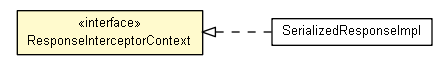
The Graphviz diagram latest/javadoc/apidocs/io/reinert/requestor/ResponseInterceptorContext.png in reinert/requestor, before a commit. Its source is kept beside it as latest/javadoc/apidocs/io/reinert/requestor/ResponseInterceptorContext.dot. The source it was exported from:
```dot

digraph G {
	edge [fontname="arial",fontsize=10,labelfontname="arial",labelfontsize=10];
	node [fontname="arial",fontsize=10,shape=plaintext];
	nodesep=0.25;
	ranksep=0.5;
	rankdir=LR;
	c10724 [label=<<table title="io.reinert.requestor.SerializedResponseImpl" border="0" cellborder="1" cellspacing="0" cellpadding="2" port="p" href="./SerializedResponseImpl.html">
		<tr><td><table border="0" cellspacing="0" cellpadding="1">
<tr><td align="center" balign="center"> SerializedResponseImpl </td></tr>
		</table></td></tr>
		</table>>, URL="./SerializedResponseImpl.html", fontname="arial", fontcolor="black", fontsize=10.0];
	c10730 [label=<<table title="io.reinert.requestor.ResponseInterceptorContext" border="0" cellborder="1" cellspacing="0" cellpadding="2" port="p" bgcolor="lemonChiffon" href="./ResponseInterceptorContext.html">
		<tr><td><table border="0" cellspacing="0" cellpadding="1">
<tr><td align="center" balign="center"> &#171;interface&#187; </td></tr>
<tr><td align="center" balign="center"> ResponseInterceptorContext </td></tr>
		</table></td></tr>
		</table>>, URL="./ResponseInterceptorContext.html", fontname="arial", fontcolor="black", fontsize=10.0];
	c10730:p -> c10724:p [dir=back,arrowtail=empty,style=dashed];
}
```
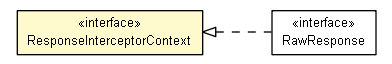
After the commit.

What changed in the source:
```diff
@@ -5,16 +5,17 @@
 	nodesep=0.25;
 	ranksep=0.5;
 	rankdir=LR;
-	c10724 [label=<<table title="io.reinert.requestor.SerializedResponseImpl" border="0" cellborder="1" cellspacing="0" cellpadding="2" port="p" href="./SerializedResponseImpl.html">
-		<tr><td><table border="0" cellspacing="0" cellpadding="1">
-<tr><td align="center" balign="center"> SerializedResponseImpl </td></tr>
-		</table></td></tr>
-		</table>>, URL="./SerializedResponseImpl.html", fontname="arial", fontcolor="black", fontsize=10.0];
-	c10730 [label=<<table title="io.reinert.requestor.ResponseInterceptorContext" border="0" cellborder="1" cellspacing="0" cellpadding="2" port="p" bgcolor="lemonChiffon" href="./ResponseInterceptorContext.html">
+	c13126 [label=<<table title="io.reinert.requestor.ResponseInterceptorContext" border="0" cellborder="1" cellspacing="0" cellpadding="2" port="p" bgcolor="lemonChiffon" href="./ResponseInterceptorContext.html">
 		<tr><td><table border="0" cellspacing="0" cellpadding="1">
 <tr><td align="center" balign="center"> &#171;interface&#187; </td></tr>
 <tr><td align="center" balign="center"> ResponseInterceptorContext </td></tr>
 		</table></td></tr>
 		</table>>, URL="./ResponseInterceptorContext.html", fontname="arial", fontcolor="black", fontsize=10.0];
-	c10730:p -> c10724:p [dir=back,arrowtail=empty,style=dashed];
+	c13155 [label=<<table title="io.reinert.requestor.RawResponse" border="0" cellborder="1" cellspacing="0" cellpadding="2" port="p" href="./RawResponse.html">
+		<tr><td><table border="0" cellspacing="0" cellpadding="1">
+<tr><td align="center" balign="center"> &#171;interface&#187; </td></tr>
+<tr><td align="center" balign="center"> RawResponse </td></tr>
+		</table></td></tr>
+		</table>>, URL="./RawResponse.html", fontname="arial", fontcolor="black", fontsize=10.0];
+	c13126:p -> c13155:p [dir=back,arrowtail=empty,style=dashed];
 }
```
